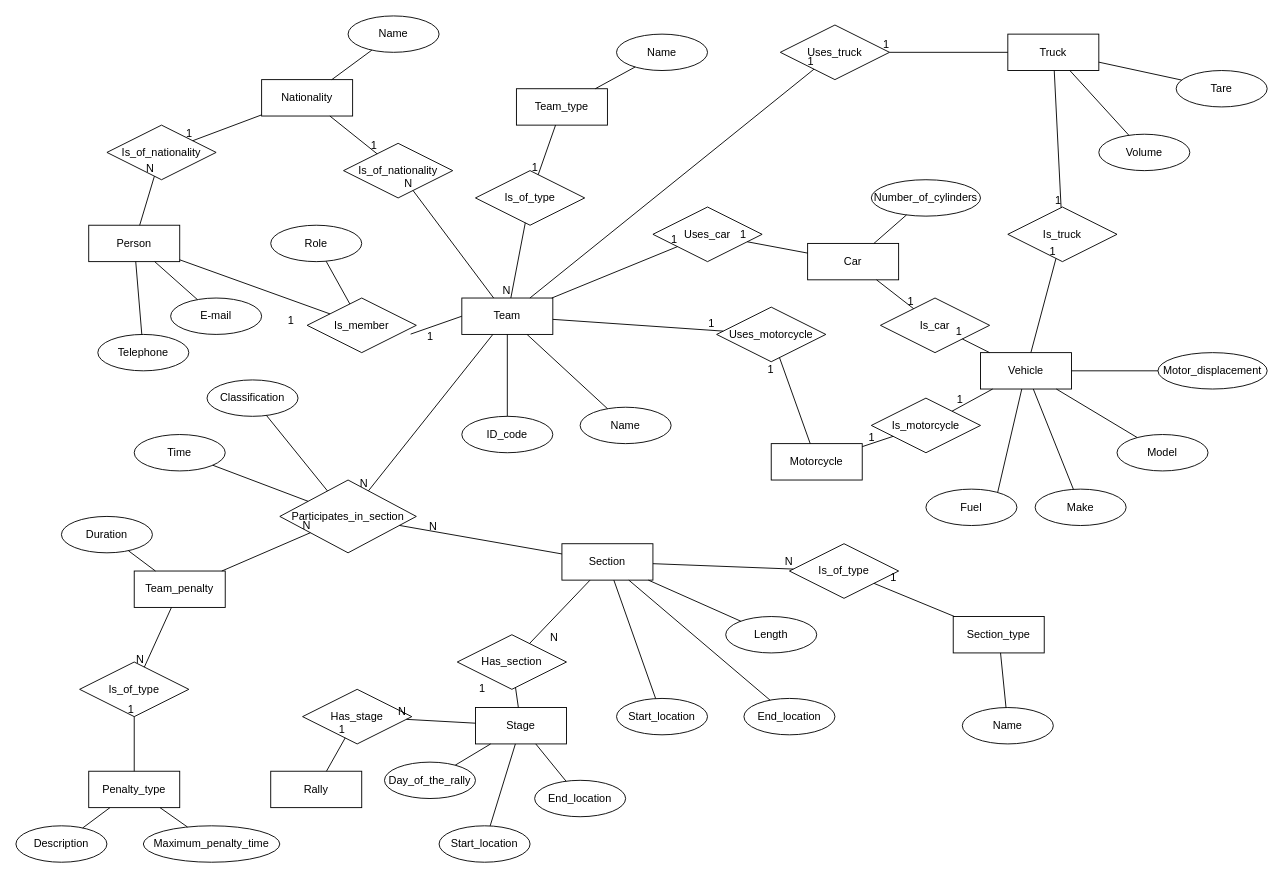
DanyKrk/ISEP_BDDAD_M1 keeps this draw.io diagram as M1_ER_diagram.drawio. Above is the earlier version. Source tidied: cells renumbered, new cells numbered last; positions are measured from the earlier drawing's top-left corner, leaving out a move shared by most shapes. Both pictures are drawn from the tidied source at 91%, with x=0, y=0 at pixel (15, 15).
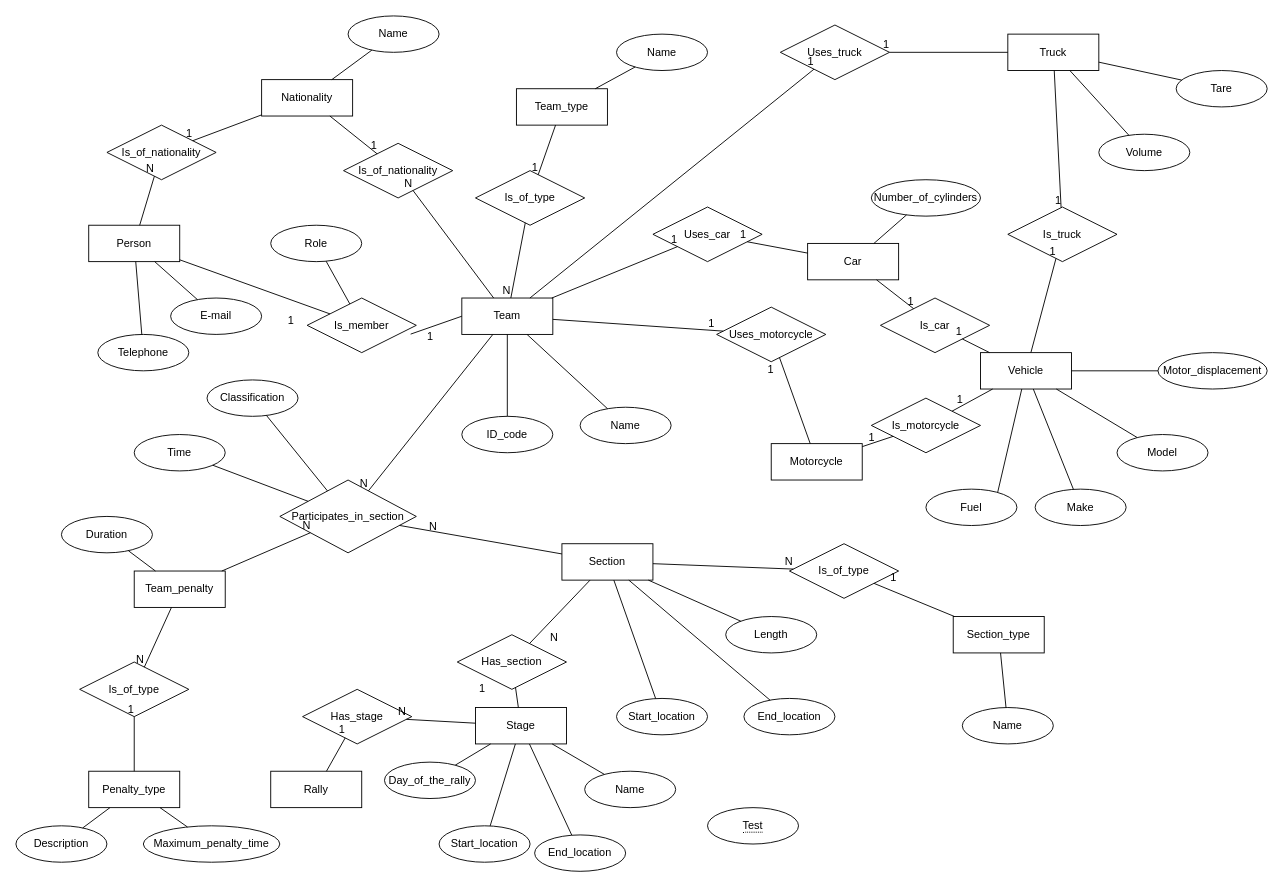
Above is the later version.

Commit message:
Add stage name

Unchanged cells that the change refers to:
```xml
<mxCell id="66" value="Stage" style="whiteSpace=wrap;html=1;align=center;" parent="1" vertex="1">
  <mxGeometry x="505" y="760" width="100" height="40" as="geometry" />
</mxCell>
```

Change to the diagram source:
```diff
@@
     <mxCell id="70" value="End_location" style="ellipse;whiteSpace=wrap;html=1;align=center;" parent="1" vertex="1">
-      <mxGeometry x="570" y="840" width="100" height="40" as="geometry" />
+      <mxGeometry x="570" y="900" width="100" height="40" as="geometry" />
     </mxCell>
@@
+    <mxCell id="145" value="&lt;span style=&quot;border-bottom: 1px dotted&quot;&gt;Test&lt;/span&gt;" style="ellipse;whiteSpace=wrap;html=1;align=center;" parent="1" vertex="1">
+      <mxGeometry x="760" y="870" width="100" height="40" as="geometry" />
+    </mxCell>
+    <mxCell id="146" value="Name" style="ellipse;whiteSpace=wrap;html=1;align=center;" parent="1" vertex="1">
+      <mxGeometry x="625" y="830" width="100" height="40" as="geometry" />
+    </mxCell>
+    <mxCell id="147" style="endArrow=none;html=1;rounded=0;" parent="1" edge="1" source="66" target="146">
+      <mxGeometry relative="1" as="geometry" />
+    </mxCell>
```
